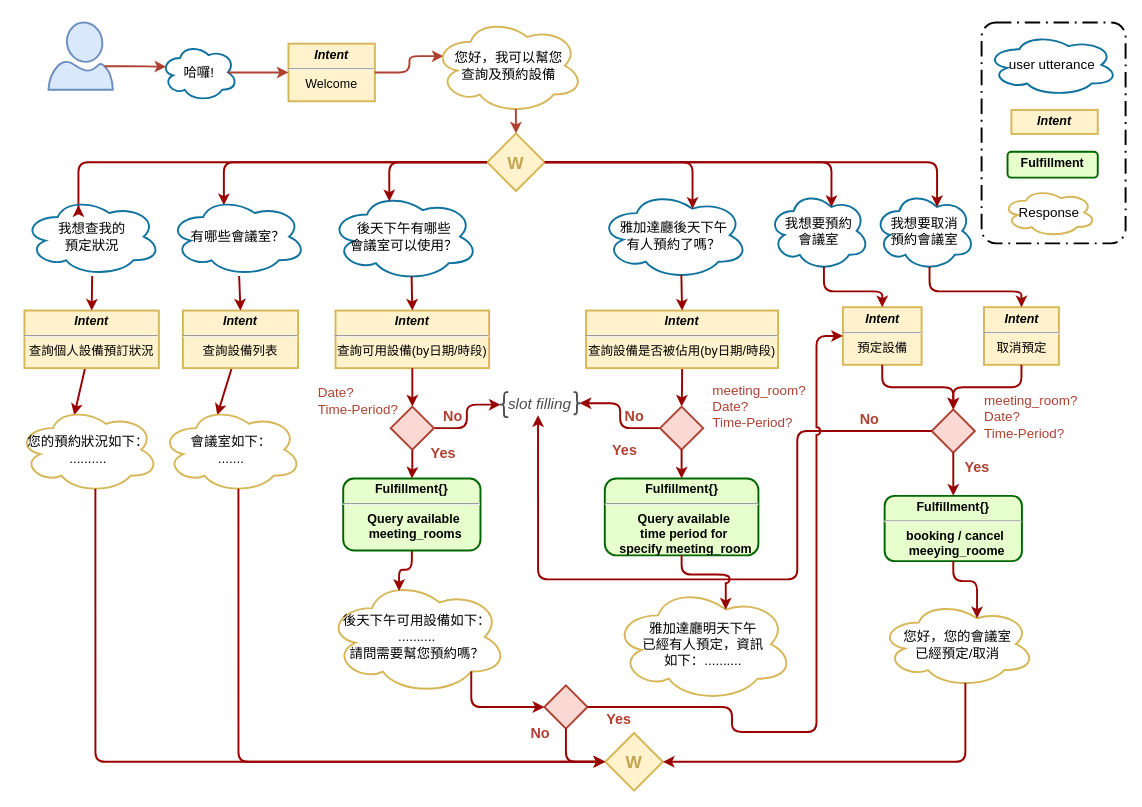
The draw.io diagram page "whl_family" (3 of 4) of resources/assets/qa_bot dialog flow.drawio in shihxuancheng/qa_bot, before the edit. Source tidied: cells renumbered, new cells numbered last; positions are measured from the earlier drawing's top-left corner, leaving out a move shared by most shapes. Both pictures are drawn from the tidied source at 96%, with x=0, y=0 at pixel (17, 17).
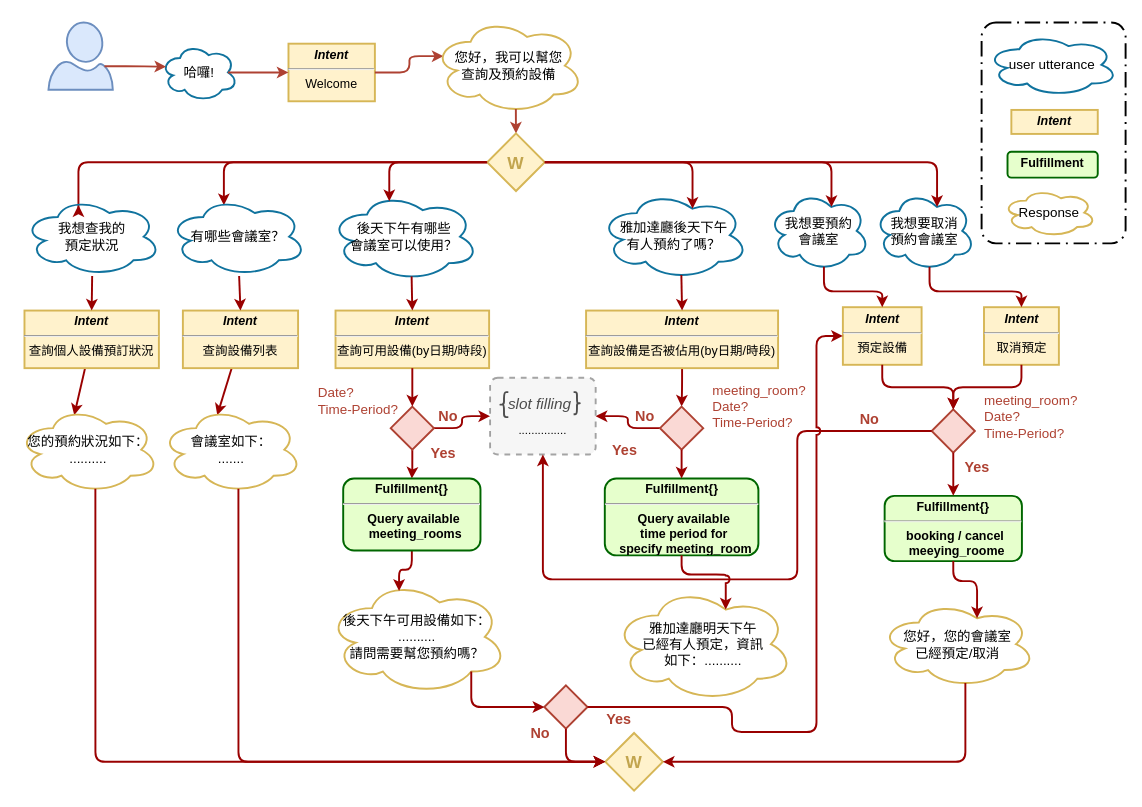
After the change.

The change refers to these unchanged cells:
```xml
<mxCell id="38" value="&lt;p style=&quot;line-height: 100%&quot;&gt;&lt;br&gt;&lt;/p&gt;" style="strokeWidth=2;html=1;shape=mxgraph.flowchart.decision;whiteSpace=wrap;shadow=0;fillColor=#fad9d5;fontSize=13;labelBorderColor=none;strokeColor=#ae4132;spacing=0;" parent="1" vertex="1">
  <mxGeometry x="388.5" y="405" width="45" height="45" as="geometry" />
</mxCell>
<mxCell id="46" value="&lt;p style=&quot;line-height: 100%&quot;&gt;&lt;br&gt;&lt;/p&gt;" style="strokeWidth=2;html=1;shape=mxgraph.flowchart.decision;whiteSpace=wrap;shadow=0;fillColor=#fad9d5;fontSize=13;labelBorderColor=none;strokeColor=#ae4132;spacing=0;" parent="1" vertex="1">
  <mxGeometry x="669" y="405" width="45" height="45" as="geometry" />
</mxCell>
<mxCell id="57" style="shape=curlyBracket;whiteSpace=wrap;html=1;rounded=1;shadow=0;glass=0;comic=0;strokeColor=#4D4D4D;strokeWidth=2;fillColor=none;fontSize=14;align=right;" parent="56" vertex="1">
  <mxGeometry width="9" height="26" as="geometry" />
</mxCell>
<mxCell id="58" style="shape=curlyBracket;whiteSpace=wrap;html=1;rounded=1;shadow=0;glass=0;comic=0;strokeColor=#4D4D4D;strokeWidth=2;fillColor=none;fontSize=14;align=right;rotation=180;" parent="56" vertex="1">
  <mxGeometry x="77" width="7" height="23" as="geometry" />
</mxCell>
<mxCell id="59" value="slot filling" style="text;align=center;verticalAlign=middle;points=[];fillColor=none;strokeColor=none;rounded=0;shadow=0;comic=0;fontSize=16;fontColor=#4D4D4D;fontStyle=2;" parent="56" vertex="1">
  <mxGeometry x="7" y="1.5" width="70" height="20" as="geometry" />
</mxCell>
<mxCell id="70" value="&lt;p style=&quot;line-height: 100%&quot;&gt;&lt;br&gt;&lt;/p&gt;" style="strokeWidth=2;html=1;shape=mxgraph.flowchart.decision;whiteSpace=wrap;shadow=0;fillColor=#fad9d5;fontSize=13;labelBorderColor=none;strokeColor=#ae4132;spacing=0;" parent="1" vertex="1">
  <mxGeometry x="952" y="408" width="45" height="45" as="geometry" />
</mxCell>
```

Diff of the diagram source:
```diff
@@
+    <mxCell id="89" value="&#10;&#10;..............." style="rounded=1;arcSize=10;dashed=1;strokeColor=#000000;fillColor=#E6E6E6;gradientColor=none;strokeWidth=2;glass=0;opacity=35;" parent="1" vertex="1">
+      <mxGeometry x="492" y="375" width="110" height="80" as="geometry" />
+    </mxCell>
@@
-    <mxCell id="36" style="edgeStyle=orthogonalEdgeStyle;rounded=1;jettySize=auto;html=1;fontSize=13;strokeColor=#990000;strokeWidth=2;entryX=0.1;entryY=0.5;entryDx=0;entryDy=0;entryPerimeter=0;" parent="1" edge="1" source="38" target="57">
+    <mxCell id="36" style="edgeStyle=orthogonalEdgeStyle;rounded=1;jettySize=auto;html=1;fontSize=13;strokeColor=#990000;strokeWidth=2;entryX=0;entryY=0.5;entryDx=0;entryDy=0;" parent="1" edge="1" source="38" target="89">
       <mxGeometry relative="1" as="geometry" />
     </mxCell>
@@
-    <mxCell id="45" style="edgeStyle=orthogonalEdgeStyle;rounded=1;jettySize=auto;html=1;fontSize=13;fontColor=#000000;strokeColor=#990000;strokeWidth=2;entryX=0.1;entryY=0.5;entryDx=0;entryDy=0;entryPerimeter=0;" parent="1" edge="1" source="46" target="58">
+    <mxCell id="45" style="edgeStyle=orthogonalEdgeStyle;rounded=1;jettySize=auto;html=1;fontSize=13;fontColor=#000000;strokeColor=#990000;strokeWidth=2;entryX=1;entryY=0.5;entryDx=0;entryDy=0;" parent="1" edge="1" source="46" target="89">
       <mxGeometry relative="1" as="geometry" />
     </mxCell>
@@
     <mxCell id="49" value="&lt;b&gt;&lt;font style=&quot;font-size: 15px&quot;&gt;No&lt;/font&gt;&lt;/b&gt;" style="text;html=1;align=center;verticalAlign=middle;fillColor=none;strokeColor=none;rounded=0;shadow=0;fontSize=13;fontColor=#AE4132;" parent="1" vertex="1">
-      <mxGeometry x="432.5" y="405" width="40" height="20" as="geometry" />
+      <mxGeometry x="427.5" y="405" width="40" height="20" as="geometry" />
     </mxCell>
@@
     <mxCell id="51" value="&lt;b&gt;&lt;font style=&quot;font-size: 15px&quot;&gt;No&lt;/font&gt;&lt;/b&gt;" style="text;html=1;align=center;verticalAlign=middle;fillColor=none;strokeColor=none;rounded=0;shadow=0;fontSize=13;fontColor=#AE4132;" parent="1" vertex="1">
-      <mxGeometry x="622" y="405" width="40" height="20" as="geometry" />
+      <mxGeometry x="633" y="405" width="40" height="20" as="geometry" />
     </mxCell>
@@
-    <mxCell id="71" style="edgeStyle=orthogonalEdgeStyle;rounded=1;jettySize=auto;html=1;fontSize=13;fontColor=#000000;strokeColor=#990000;strokeWidth=2;entryX=0.471;entryY=1.125;entryDx=0;entryDy=0;entryPerimeter=0;exitX=0;exitY=0.5;exitDx=0;exitDy=0;exitPerimeter=0;" parent="1" edge="1" source="70" target="59">
+    <mxCell id="71" style="edgeStyle=orthogonalEdgeStyle;rounded=1;jettySize=auto;html=1;fontSize=13;fontColor=#000000;strokeColor=#990000;strokeWidth=2;exitX=0;exitY=0.5;exitDx=0;exitDy=0;exitPerimeter=0;entryX=0.5;entryY=1;entryDx=0;entryDy=0;" parent="1" edge="1" source="70" target="89">
       <mxGeometry relative="1" as="geometry">
         <Array as="points">
           <mxPoint x="812" y="431" />
           <mxPoint x="812" y="585" />
-          <mxPoint x="542" y="585" />
+          <mxPoint x="547" y="585" />
         </Array>
       </mxGeometry>
     </mxCell>
```
